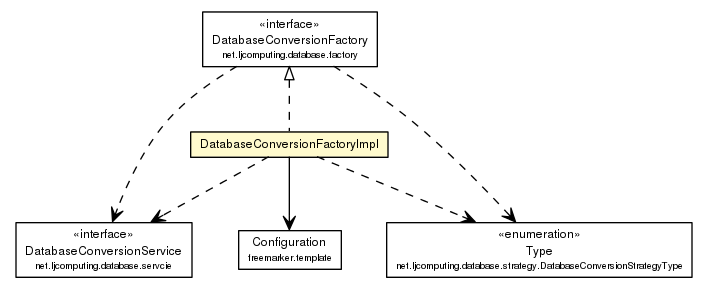
Before: docs/javadoc/apidocs/net/ljcomputing/database/factory/impl/DatabaseConversionFactoryImpl.png, a diagram exported from Graphviz (willmorejg/net.ljcomputing.database). Its source is kept beside it as docs/javadoc/apidocs/net/ljcomputing/database/factory/impl/DatabaseConversionFactoryImpl.dot.
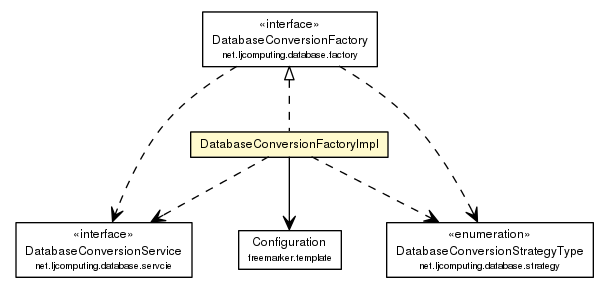
Later version of the same file.

The edit, as a diff of the source:
```diff
@@ -4,39 +4,39 @@
 	node [fontname="Helvetica",fontsize=10,shape=plaintext];
 	nodesep=0.25;
 	ranksep=0.5;
-	c553 [label=<<table title="net.ljcomputing.database.servcie.DatabaseConversionService" border="0" cellborder="1" cellspacing="0" cellpadding="2" port="p" href="../../servcie/DatabaseConversionService.html">
+	c533 [label=<<table title="net.ljcomputing.database.servcie.DatabaseConversionService" border="0" cellborder="1" cellspacing="0" cellpadding="2" port="p" href="../../servcie/DatabaseConversionService.html">
 		<tr><td><table border="0" cellspacing="0" cellpadding="1">
 <tr><td align="center" balign="center"> &#171;interface&#187; </td></tr>
 <tr><td align="center" balign="center"> DatabaseConversionService </td></tr>
 <tr><td align="center" balign="center"><font point-size="7.0"> net.ljcomputing.database.servcie </font></td></tr>
 		</table></td></tr>
 		</table>>, URL="../../servcie/DatabaseConversionService.html", fontname="Helvetica", fontcolor="black", fontsize=9.0];
-	c566 [label=<<table title="net.ljcomputing.database.strategy.DatabaseConversionStrategyType.Type" border="0" cellborder="1" cellspacing="0" cellpadding="2" port="p" href="../../strategy/DatabaseConversionStrategyType.Type.html">
+	c545 [label=<<table title="net.ljcomputing.database.strategy.DatabaseConversionStrategyType" border="0" cellborder="1" cellspacing="0" cellpadding="2" port="p" href="../../strategy/DatabaseConversionStrategyType.html">
 		<tr><td><table border="0" cellspacing="0" cellpadding="1">
 <tr><td align="center" balign="center"> &#171;enumeration&#187; </td></tr>
-<tr><td align="center" balign="center"> Type </td></tr>
-<tr><td align="center" balign="center"><font point-size="7.0"> net.ljcomputing.database.strategy.DatabaseConversionStrategyType </font></td></tr>
+<tr><td align="center" balign="center"> DatabaseConversionStrategyType </td></tr>
+<tr><td align="center" balign="center"><font point-size="7.0"> net.ljcomputing.database.strategy </font></td></tr>
 		</table></td></tr>
-		</table>>, URL="../../strategy/DatabaseConversionStrategyType.Type.html", fontname="Helvetica", fontcolor="black", fontsize=9.0];
-	c572 [label=<<table title="net.ljcomputing.database.factory.DatabaseConversionFactory" border="0" cellborder="1" cellspacing="0" cellpadding="2" port="p" href="../DatabaseConversionFactory.html">
+		</table>>, URL="../../strategy/DatabaseConversionStrategyType.html", fontname="Helvetica", fontcolor="black", fontsize=9.0];
+	c551 [label=<<table title="net.ljcomputing.database.factory.DatabaseConversionFactory" border="0" cellborder="1" cellspacing="0" cellpadding="2" port="p" href="../DatabaseConversionFactory.html">
 		<tr><td><table border="0" cellspacing="0" cellpadding="1">
 <tr><td align="center" balign="center"> &#171;interface&#187; </td></tr>
 <tr><td align="center" balign="center"> DatabaseConversionFactory </td></tr>
 <tr><td align="center" balign="center"><font point-size="7.0"> net.ljcomputing.database.factory </font></td></tr>
 		</table></td></tr>
 		</table>>, URL="../DatabaseConversionFactory.html", fontname="Helvetica", fontcolor="black", fontsize=9.0];
-	c573 [label=<<table title="net.ljcomputing.database.factory.impl.DatabaseConversionFactoryImpl" border="0" cellborder="1" cellspacing="0" cellpadding="2" port="p" bgcolor="lemonChiffon" href="./DatabaseConversionFactoryImpl.html">
+	c552 [label=<<table title="net.ljcomputing.database.factory.impl.DatabaseConversionFactoryImpl" border="0" cellborder="1" cellspacing="0" cellpadding="2" port="p" bgcolor="lemonChiffon" href="./DatabaseConversionFactoryImpl.html">
 		<tr><td><table border="0" cellspacing="0" cellpadding="1">
 <tr><td align="center" balign="center"> DatabaseConversionFactoryImpl </td></tr>
 		</table></td></tr>
 		</table>>, URL="./DatabaseConversionFactoryImpl.html", fontname="Helvetica", fontcolor="black", fontsize=9.0];
-	c572:p -> c573:p [dir=back,arrowtail=empty,style=dashed];
-	c573:p -> c575:p [taillabel="", label="", headlabel="", fontname="Helvetica", fontcolor="black", fontsize=10.0, color="black", arrowhead=open];
-	c572:p -> c553:p [taillabel="", label="", headlabel="", fontname="Helvetica", fontcolor="black", fontsize=10.0, color="black", arrowhead=open, style=dashed];
-	c572:p -> c566:p [taillabel="", label="", headlabel="", fontname="Helvetica", fontcolor="black", fontsize=10.0, color="black", arrowhead=open, style=dashed];
-	c573:p -> c553:p [taillabel="", label="", headlabel="", fontname="Helvetica", fontcolor="black", fontsize=10.0, color="black", arrowhead=open, style=dashed];
-	c573:p -> c566:p [taillabel="", label="", headlabel="", fontname="Helvetica", fontcolor="black", fontsize=10.0, color="black", arrowhead=open, style=dashed];
-	c575 [label=<<table title="freemarker.template.Configuration" border="0" cellborder="1" cellspacing="0" cellpadding="2" port="p">
+	c551:p -> c552:p [dir=back,arrowtail=empty,style=dashed];
+	c552:p -> c554:p [taillabel="", label="", headlabel="", fontname="Helvetica", fontcolor="black", fontsize=10.0, color="black", arrowhead=open];
+	c551:p -> c545:p [taillabel="", label="", headlabel="", fontname="Helvetica", fontcolor="black", fontsize=10.0, color="black", arrowhead=open, style=dashed];
+	c551:p -> c533:p [taillabel="", label="", headlabel="", fontname="Helvetica", fontcolor="black", fontsize=10.0, color="black", arrowhead=open, style=dashed];
+	c552:p -> c545:p [taillabel="", label="", headlabel="", fontname="Helvetica", fontcolor="black", fontsize=10.0, color="black", arrowhead=open, style=dashed];
+	c552:p -> c533:p [taillabel="", label="", headlabel="", fontname="Helvetica", fontcolor="black", fontsize=10.0, color="black", arrowhead=open, style=dashed];
+	c554 [label=<<table title="freemarker.template.Configuration" border="0" cellborder="1" cellspacing="0" cellpadding="2" port="p">
 		<tr><td><table border="0" cellspacing="0" cellpadding="1">
 <tr><td align="center" balign="center"> Configuration </td></tr>
 <tr><td align="center" balign="center"><font point-size="7.0"> freemarker.template </font></td></tr>
```
